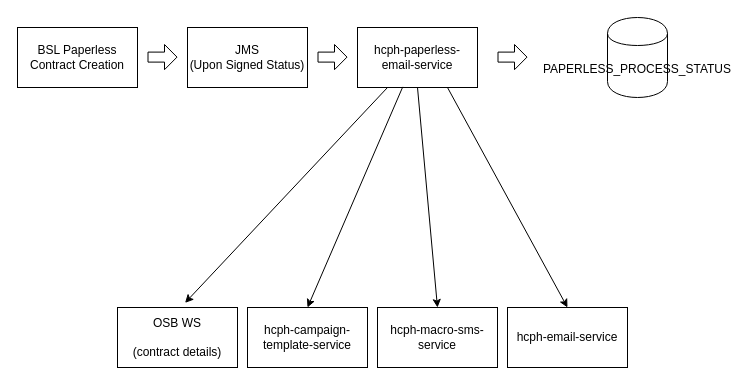
JoemarieTeodoro/drawdotio keeps this draw.io diagram as Paperless process.drawio. Above is the earlier version. Source tidied: cells renumbered, new cells numbered last; positions are measured from the earlier drawing's top-left corner, leaving out a move shared by most shapes. Both pictures are drawn from the tidied source at 100%, with x=0, y=0 at pixel (17, 17).
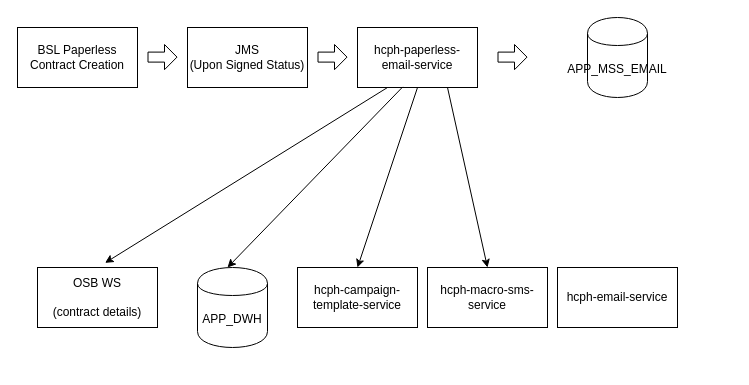
The same diagram, later.

Unchanged cells that the change refers to:
```xml
<mxCell id="4" value="hcph-paperless-email-service" style="rounded=0;whiteSpace=wrap;html=1;" parent="1" vertex="1">
  <mxGeometry x="340" y="10" width="120" height="60" as="geometry" />
</mxCell>
```

What changed in the source:
```diff
@@
-    <mxCell id="5" value="&lt;span&gt;hcph-email-service&lt;/span&gt;" style="rounded=0;whiteSpace=wrap;html=1;" parent="1" vertex="1">
-      <mxGeometry x="490" y="290" width="120" height="60" as="geometry" />
+    <mxCell id="5" value="hcph-macro-sms-service" style="rounded=0;whiteSpace=wrap;html=1;" parent="1" vertex="1">
+      <mxGeometry x="410" y="250" width="120" height="60" as="geometry" />
     </mxCell>
-    <mxCell id="6" value="hcph-campaign-template-service" style="rounded=0;whiteSpace=wrap;html=1;" parent="1" vertex="1">
-      <mxGeometry x="230" y="290" width="120" height="60" as="geometry" />
-    </mxCell>
     <mxCell id="7" value="OSB WS&lt;br&gt;&lt;br&gt;(contract details)&lt;br&gt;" style="rounded=0;whiteSpace=wrap;html=1;" parent="1" vertex="1">
-      <mxGeometry x="100" y="290" width="120" height="60" as="geometry" />
+      <mxGeometry x="20" y="250" width="120" height="60" as="geometry" />
     </mxCell>
@@
-    <mxCell id="9" style="endArrow=classic;html=1;exitX=0.377;exitY=0.99;exitDx=0;exitDy=0;entryX=0.5;entryY=0;entryDx=0;entryDy=0;exitPerimeter=0;" parent="1" edge="1" source="4" target="6">
-      <mxGeometry relative="1" as="geometry" />
+    <mxCell id="9" style="endArrow=classic;html=1;exitX=0.377;exitY=0.99;exitDx=0;exitDy=0;entryX=0.5;entryY=0;entryDx=0;entryDy=0;exitPerimeter=0;" parent="1" edge="1" source="4">
+      <mxGeometry relative="1" as="geometry">
+        <mxPoint x="210" y="250" as="targetPoint" />
+      </mxGeometry>
     </mxCell>
@@
-    <mxCell id="11" value="hcph-macro-sms-service" style="rounded=0;whiteSpace=wrap;html=1;" parent="1" vertex="1">
-      <mxGeometry x="360" y="290" width="120" height="60" as="geometry" />
+    <mxCell id="11" value="&lt;span&gt;hcph-campaign-template-service&lt;/span&gt;" style="rounded=0;whiteSpace=wrap;html=1;" parent="1" vertex="1">
+      <mxGeometry x="280" y="250" width="120" height="60" as="geometry" />
     </mxCell>
@@
-    <mxCell id="13" value="PAPERLESS_PROCESS_STATUS" style="shape=cylinder;whiteSpace=wrap;html=1;boundedLbl=1;backgroundOutline=1;" parent="1" vertex="1">
-      <mxGeometry x="590" width="60" height="80" as="geometry" />
+    <mxCell id="13" value="APP_MSS_EMAIL" style="shape=cylinder;whiteSpace=wrap;html=1;boundedLbl=1;backgroundOutline=1;" parent="1" vertex="1">
+      <mxGeometry x="570" width="60" height="80" as="geometry" />
     </mxCell>
@@
+    <mxCell id="17" value="&lt;span&gt;hcph-email-service&lt;/span&gt;" style="rounded=0;whiteSpace=wrap;html=1;" parent="1" vertex="1">
+      <mxGeometry x="540" y="250" width="120" height="60" as="geometry" />
+    </mxCell>
+    <mxCell id="18" value="APP_DWH" style="shape=cylinder;whiteSpace=wrap;html=1;boundedLbl=1;backgroundOutline=1;" parent="1" vertex="1">
+      <mxGeometry x="180" y="250" width="70" height="80" as="geometry" />
+    </mxCell>
```
